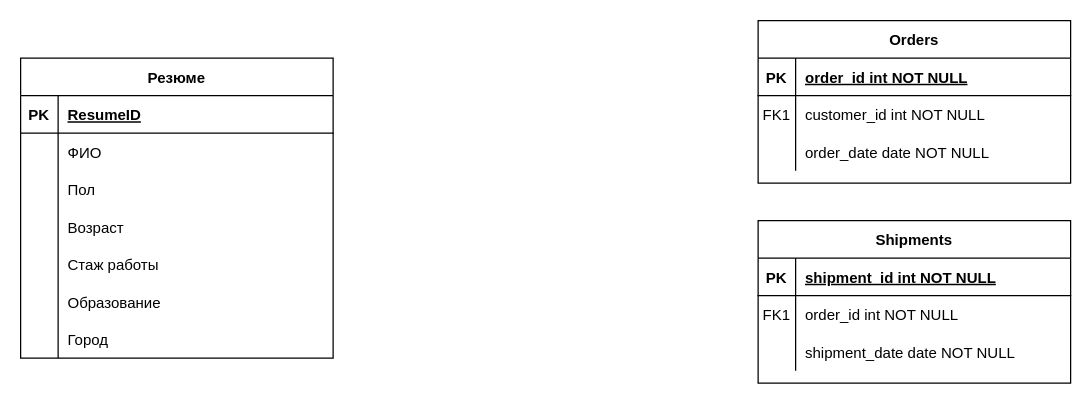
Earlier version of the draw.io diagram Entity Relationship Diagram.drawio (FullOfDelirium/Employment-agency). Source tidied: cells renumbered, new cells numbered last; positions are measured from the earlier drawing's top-left corner, leaving out a move shared by most shapes. Both pictures are drawn from the tidied source at 125%, with x=0, y=0 at pixel (20, 20).
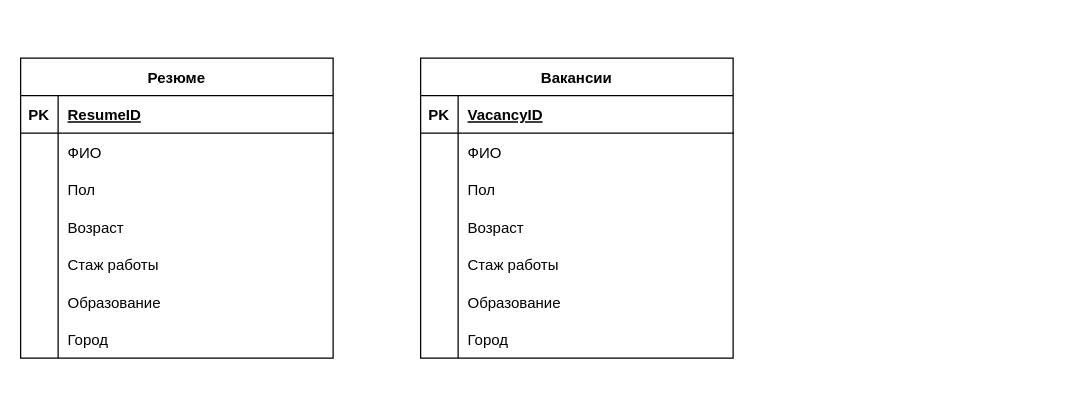
Above is the later version.

Change to the diagram source:
```diff
@@
-    <mxCell id="2" value="Orders" style="shape=table;startSize=30;childLayout=tableLayout;rowLines=0;fontStyle=1;align=center;" parent="1" vertex="1">
-      <mxGeometry x="590" width="250" height="130" as="geometry" />
-    </mxCell>
-    <mxCell id="3" style="shape=partialRectangle;fillColor=none;top=0;left=0;right=0;bottom=1;" parent="2" vertex="1">
-      <mxGeometry y="30" width="250" height="30" as="geometry" />
-    </mxCell>
-    <mxCell id="4" value="PK" style="shape=partialRectangle;overflow=hidden;fillColor=none;top=0;left=0;bottom=0;right=0;fontStyle=1;" parent="3" vertex="1">
-      <mxGeometry width="30" height="30" as="geometry" />
-    </mxCell>
-    <mxCell id="5" value="order_id int NOT NULL " style="shape=partialRectangle;overflow=hidden;fillColor=none;top=0;left=0;bottom=0;right=0;align=left;spacingLeft=6;fontStyle=5;" parent="3" vertex="1">
-      <mxGeometry x="30" width="220" height="30" as="geometry" />
-    </mxCell>
-    <mxCell id="6" style="shape=partialRectangle;fillColor=none;top=0;left=0;right=0;bottom=0;" parent="2" vertex="1">
-      <mxGeometry y="60" width="250" height="30" as="geometry" />
-    </mxCell>
-    <mxCell id="7" value="FK1" style="shape=partialRectangle;overflow=hidden;fillColor=none;top=0;left=0;bottom=0;right=0;" parent="6" vertex="1">
-      <mxGeometry width="30" height="30" as="geometry" />
-    </mxCell>
-    <mxCell id="8" value="customer_id int NOT NULL" style="shape=partialRectangle;overflow=hidden;fillColor=none;top=0;left=0;bottom=0;right=0;align=left;spacingLeft=6;" parent="6" vertex="1">
-      <mxGeometry x="30" width="220" height="30" as="geometry" />
-    </mxCell>
-    <mxCell id="9" style="shape=partialRectangle;fillColor=none;top=0;left=0;right=0;bottom=0;" parent="2" vertex="1">
-      <mxGeometry y="90" width="250" height="30" as="geometry" />
-    </mxCell>
-    <mxCell id="10" style="shape=partialRectangle;overflow=hidden;fillColor=none;top=0;left=0;bottom=0;right=0;" parent="9" vertex="1">
-      <mxGeometry width="30" height="30" as="geometry" />
-    </mxCell>
-    <mxCell id="11" value="order_date date NOT NULL" style="shape=partialRectangle;overflow=hidden;fillColor=none;top=0;left=0;bottom=0;right=0;align=left;spacingLeft=6;" parent="9" vertex="1">
-      <mxGeometry x="30" width="220" height="30" as="geometry" />
-    </mxCell>
-    <mxCell id="12" value="Shipments" style="shape=table;startSize=30;childLayout=tableLayout;rowLines=0;fontStyle=1;align=center;" parent="1" vertex="1">
-      <mxGeometry x="590" y="160" width="250" height="130" as="geometry" />
-    </mxCell>
-    <mxCell id="13" style="shape=partialRectangle;fillColor=none;top=0;left=0;right=0;bottom=1;" parent="12" vertex="1">
-      <mxGeometry y="30" width="250" height="30" as="geometry" />
-    </mxCell>
-    <mxCell id="14" value="PK" style="shape=partialRectangle;overflow=hidden;fillColor=none;top=0;left=0;bottom=0;right=0;fontStyle=1;" parent="13" vertex="1">
-      <mxGeometry width="30" height="30" as="geometry" />
-    </mxCell>
-    <mxCell id="15" value="shipment_id int NOT NULL " style="shape=partialRectangle;overflow=hidden;fillColor=none;top=0;left=0;bottom=0;right=0;align=left;spacingLeft=6;fontStyle=5;" parent="13" vertex="1">
-      <mxGeometry x="30" width="220" height="30" as="geometry" />
-    </mxCell>
-    <mxCell id="16" style="shape=partialRectangle;fillColor=none;top=0;left=0;right=0;bottom=0;" parent="12" vertex="1">
-      <mxGeometry y="60" width="250" height="30" as="geometry" />
-    </mxCell>
-    <mxCell id="17" value="FK1" style="shape=partialRectangle;overflow=hidden;fillColor=none;top=0;left=0;bottom=0;right=0;" parent="16" vertex="1">
-      <mxGeometry width="30" height="30" as="geometry" />
-    </mxCell>
-    <mxCell id="18" value="order_id int NOT NULL" style="shape=partialRectangle;overflow=hidden;fillColor=none;top=0;left=0;bottom=0;right=0;align=left;spacingLeft=6;" parent="16" vertex="1">
-      <mxGeometry x="30" width="220" height="30" as="geometry" />
-    </mxCell>
-    <mxCell id="19" style="shape=partialRectangle;fillColor=none;top=0;left=0;right=0;bottom=0;" parent="12" vertex="1">
-      <mxGeometry y="90" width="250" height="30" as="geometry" />
-    </mxCell>
-    <mxCell id="20" style="shape=partialRectangle;overflow=hidden;fillColor=none;top=0;left=0;bottom=0;right=0;" parent="19" vertex="1">
-      <mxGeometry width="30" height="30" as="geometry" />
-    </mxCell>
-    <mxCell id="21" value="shipment_date date NOT NULL" style="shape=partialRectangle;overflow=hidden;fillColor=none;top=0;left=0;bottom=0;right=0;align=left;spacingLeft=6;" parent="19" vertex="1">
-      <mxGeometry x="30" width="220" height="30" as="geometry" />
-    </mxCell>
@@
+    <mxCell id="44" value="Вакансии" style="shape=table;startSize=30;childLayout=tableLayout;rowLines=0;fontStyle=1;align=center;" parent="1" vertex="1">
+      <mxGeometry x="320" y="30" width="250" height="240" as="geometry" />
+    </mxCell>
+    <mxCell id="45" style="shape=partialRectangle;fillColor=none;top=0;left=0;right=0;bottom=1;" parent="44" vertex="1">
+      <mxGeometry y="30" width="250" height="30" as="geometry" />
+    </mxCell>
+    <mxCell id="46" value="PK" style="shape=partialRectangle;overflow=hidden;fillColor=none;top=0;left=0;bottom=0;right=0;fontStyle=1;" parent="45" vertex="1">
+      <mxGeometry width="30" height="30" as="geometry" />
+    </mxCell>
+    <mxCell id="47" value="VacancyID" style="shape=partialRectangle;overflow=hidden;fillColor=none;top=0;left=0;bottom=0;right=0;align=left;spacingLeft=6;fontStyle=5;" parent="45" vertex="1">
+      <mxGeometry x="30" width="220" height="30" as="geometry" />
+    </mxCell>
+    <mxCell id="48" style="shape=partialRectangle;fillColor=none;top=0;left=0;right=0;bottom=0;" parent="44" vertex="1">
+      <mxGeometry y="60" width="250" height="30" as="geometry" />
+    </mxCell>
+    <mxCell id="49" style="shape=partialRectangle;overflow=hidden;fillColor=none;top=0;left=0;bottom=0;right=0;" parent="48" vertex="1">
+      <mxGeometry width="30" height="30" as="geometry" />
+    </mxCell>
+    <mxCell id="50" value="ФИО" style="shape=partialRectangle;overflow=hidden;fillColor=none;top=0;left=0;bottom=0;right=0;align=left;spacingLeft=6;" parent="48" vertex="1">
+      <mxGeometry x="30" width="220" height="30" as="geometry" />
+    </mxCell>
+    <mxCell id="51" style="shape=partialRectangle;fillColor=none;top=0;left=0;right=0;bottom=0;" parent="44" vertex="1">
+      <mxGeometry y="90" width="250" height="30" as="geometry" />
+    </mxCell>
+    <mxCell id="52" style="shape=partialRectangle;overflow=hidden;fillColor=none;top=0;left=0;bottom=0;right=0;" parent="51" vertex="1">
+      <mxGeometry width="30" height="30" as="geometry" />
+    </mxCell>
+    <mxCell id="53" value="Пол" style="shape=partialRectangle;overflow=hidden;fillColor=none;top=0;left=0;bottom=0;right=0;align=left;spacingLeft=6;" parent="51" vertex="1">
+      <mxGeometry x="30" width="220" height="30" as="geometry" />
+    </mxCell>
+    <mxCell id="54" style="shape=partialRectangle;fillColor=none;top=0;left=0;right=0;bottom=0;" parent="44" vertex="1">
+      <mxGeometry y="120" width="250" height="30" as="geometry" />
+    </mxCell>
+    <mxCell id="55" style="shape=partialRectangle;overflow=hidden;fillColor=none;top=0;left=0;bottom=0;right=0;" parent="54" vertex="1">
+      <mxGeometry width="30" height="30" as="geometry" />
+    </mxCell>
+    <mxCell id="56" value="Возраст" style="shape=partialRectangle;overflow=hidden;fillColor=none;top=0;left=0;bottom=0;right=0;align=left;spacingLeft=6;" parent="54" vertex="1">
+      <mxGeometry x="30" width="220" height="30" as="geometry" />
+    </mxCell>
+    <mxCell id="57" style="shape=partialRectangle;fillColor=none;top=0;left=0;right=0;bottom=0;" parent="44" vertex="1">
+      <mxGeometry y="150" width="250" height="30" as="geometry" />
+    </mxCell>
+    <mxCell id="58" style="shape=partialRectangle;overflow=hidden;fillColor=none;top=0;left=0;bottom=0;right=0;" parent="57" vertex="1">
+      <mxGeometry width="30" height="30" as="geometry" />
+    </mxCell>
+    <mxCell id="59" value="Стаж работы" style="shape=partialRectangle;overflow=hidden;fillColor=none;top=0;left=0;bottom=0;right=0;align=left;spacingLeft=6;" parent="57" vertex="1">
+      <mxGeometry x="30" width="220" height="30" as="geometry" />
+    </mxCell>
+    <mxCell id="60" style="shape=partialRectangle;fillColor=none;top=0;left=0;right=0;bottom=0;" parent="44" vertex="1">
+      <mxGeometry y="180" width="250" height="30" as="geometry" />
+    </mxCell>
+    <mxCell id="61" style="shape=partialRectangle;overflow=hidden;fillColor=none;top=0;left=0;bottom=0;right=0;" parent="60" vertex="1">
+      <mxGeometry width="30" height="30" as="geometry" />
+    </mxCell>
+    <mxCell id="62" value="Образование" style="shape=partialRectangle;overflow=hidden;fillColor=none;top=0;left=0;bottom=0;right=0;align=left;spacingLeft=6;" parent="60" vertex="1">
+      <mxGeometry x="30" width="220" height="30" as="geometry" />
+    </mxCell>
+    <mxCell id="63" style="shape=partialRectangle;fillColor=none;top=0;left=0;right=0;bottom=0;" parent="44" vertex="1">
+      <mxGeometry y="210" width="250" height="30" as="geometry" />
+    </mxCell>
+    <mxCell id="64" style="shape=partialRectangle;overflow=hidden;fillColor=none;top=0;left=0;bottom=0;right=0;" parent="63" vertex="1">
+      <mxGeometry width="30" height="30" as="geometry" />
+    </mxCell>
+    <mxCell id="65" value="Город" style="shape=partialRectangle;overflow=hidden;fillColor=none;top=0;left=0;bottom=0;right=0;align=left;spacingLeft=6;" parent="63" vertex="1">
+      <mxGeometry x="30" width="220" height="30" as="geometry" />
+    </mxCell>
```
